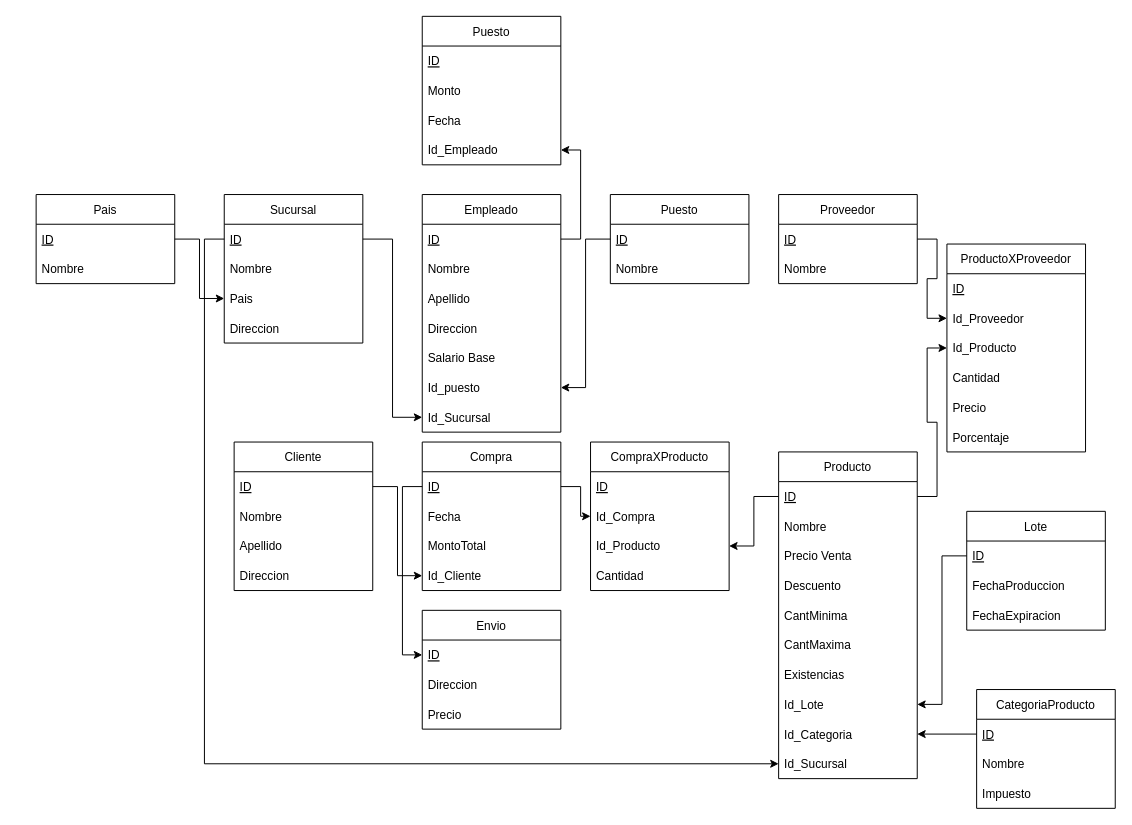
Earlier version of the draw.io diagram diagrama de tablas.drawio (Valhylian/Proyecto1-BD). Source tidied: cells renumbered, new cells numbered last; positions are measured from the earlier drawing's top-left corner, leaving out a move shared by most shapes. Both pictures are drawn from the tidied source at 99%, with x=0, y=0 at pixel (36, 16).
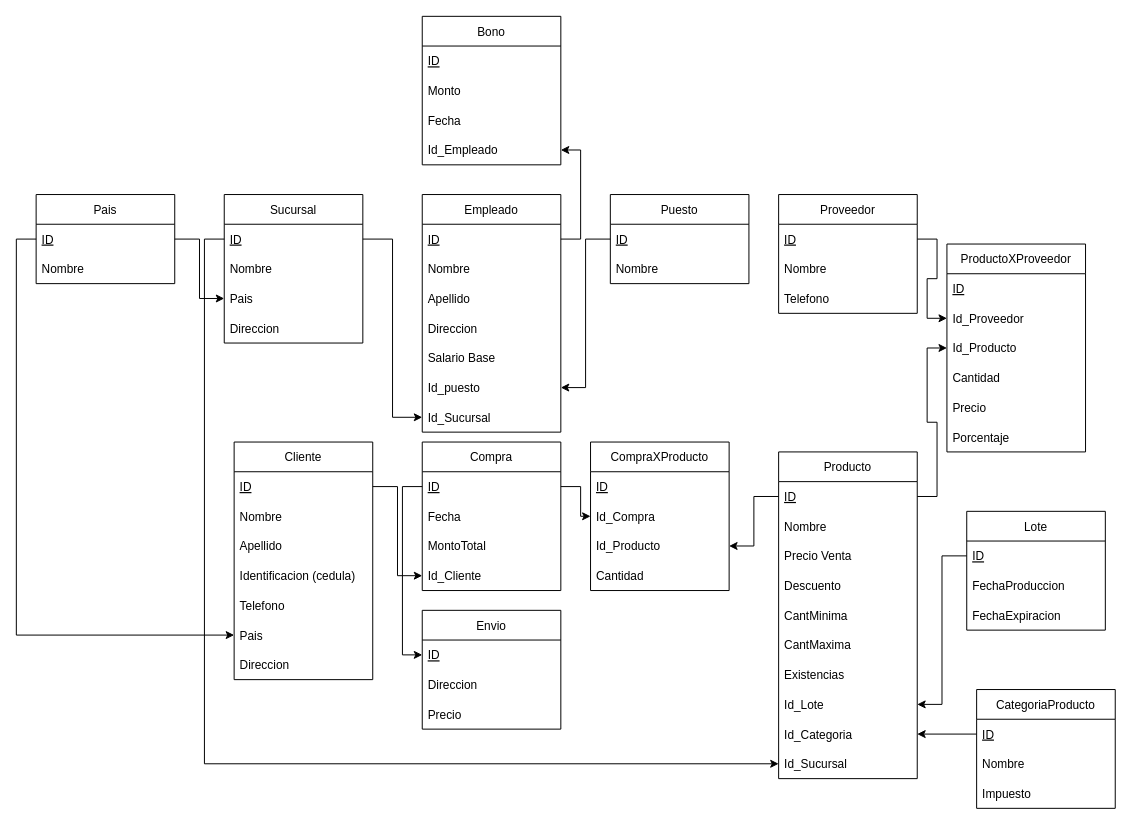
After the change.

Unchanged cells that the change refers to:
```xml
<mxCell id="84" value="ID" style="text;strokeColor=none;fillColor=none;align=left;verticalAlign=middle;spacingLeft=4;spacingRight=4;overflow=hidden;points=[[0,0.5],[1,0.5]];portConstraint=eastwest;fontStyle=4;" parent="83" vertex="1">
  <mxGeometry y="30" width="140" height="30" as="geometry" />
</mxCell>
```

Diff of the diagram source:
```diff
@@
     <mxCell id="16" value="Cliente" style="swimlane;fontStyle=0;horizontal=1;startSize=30;" parent="1" vertex="1">
-      <mxGeometry x="200" y="430" width="140" height="150" as="geometry" />
+      <mxGeometry x="200" y="430" width="140" height="240" as="geometry" />
     </mxCell>
@@
+    <mxCell id="87" value="Identificacion (cedula)" style="text;strokeColor=none;fillColor=none;align=left;verticalAlign=middle;spacingLeft=4;spacingRight=4;overflow=hidden;" parent="16" vertex="1">
+      <mxGeometry y="120" width="140" height="30" as="geometry" />
+    </mxCell>
+    <mxCell id="88" value="Telefono" style="text;strokeColor=none;fillColor=none;align=left;verticalAlign=middle;spacingLeft=4;spacingRight=4;overflow=hidden;" parent="16" vertex="1">
+      <mxGeometry y="150" width="140" height="30" as="geometry" />
+    </mxCell>
+    <mxCell id="89" value="Pais" style="text;strokeColor=none;fillColor=none;align=left;verticalAlign=middle;spacingLeft=4;spacingRight=4;overflow=hidden;points=[[0,0.5],[1,0.5]];portConstraint=eastwest;" parent="16" vertex="1">
+      <mxGeometry y="180" width="140" height="30" as="geometry" />
+    </mxCell>
     <mxCell id="20" value="Direccion" style="text;strokeColor=none;fillColor=none;align=left;verticalAlign=middle;spacingLeft=4;spacingRight=4;overflow=hidden;" parent="16" vertex="1">
-      <mxGeometry y="120" width="140" height="30" as="geometry" />
+      <mxGeometry y="210" width="140" height="30" as="geometry" />
     </mxCell>
@@
     <mxCell id="49" value="Proveedor" style="swimlane;fontStyle=0;horizontal=1;startSize=30;" parent="1" vertex="1">
-      <mxGeometry x="750" y="180" width="140" height="90" as="geometry" />
+      <mxGeometry x="750" y="180" width="140" height="120" as="geometry" />
     </mxCell>
@@
+    <mxCell id="90" value="Telefono" style="text;strokeColor=none;fillColor=none;align=left;verticalAlign=middle;spacingLeft=4;spacingRight=4;overflow=hidden;" parent="49" vertex="1">
+      <mxGeometry y="90" width="140" height="30" as="geometry" />
+    </mxCell>
@@
-    <mxCell id="65" value="Puesto" style="swimlane;fontStyle=0;horizontal=1;startSize=30;" parent="1" vertex="1">
+    <mxCell id="65" value="Bono" style="swimlane;fontStyle=0;horizontal=1;startSize=30;" parent="1" vertex="1">
       <mxGeometry x="390" width="140" height="150" as="geometry" />
     </mxCell>
@@
+    <mxCell id="91" style="edgeStyle=orthogonalEdgeStyle;rounded=0;jettySize=auto;html=1;exitX=0;exitY=0.5;exitDx=0;exitDy=0;entryX=0;entryY=0.5;entryDx=0;entryDy=0;" parent="1" edge="1" source="84" target="89">
+      <mxGeometry relative="1" as="geometry" />
+    </mxCell>
```
